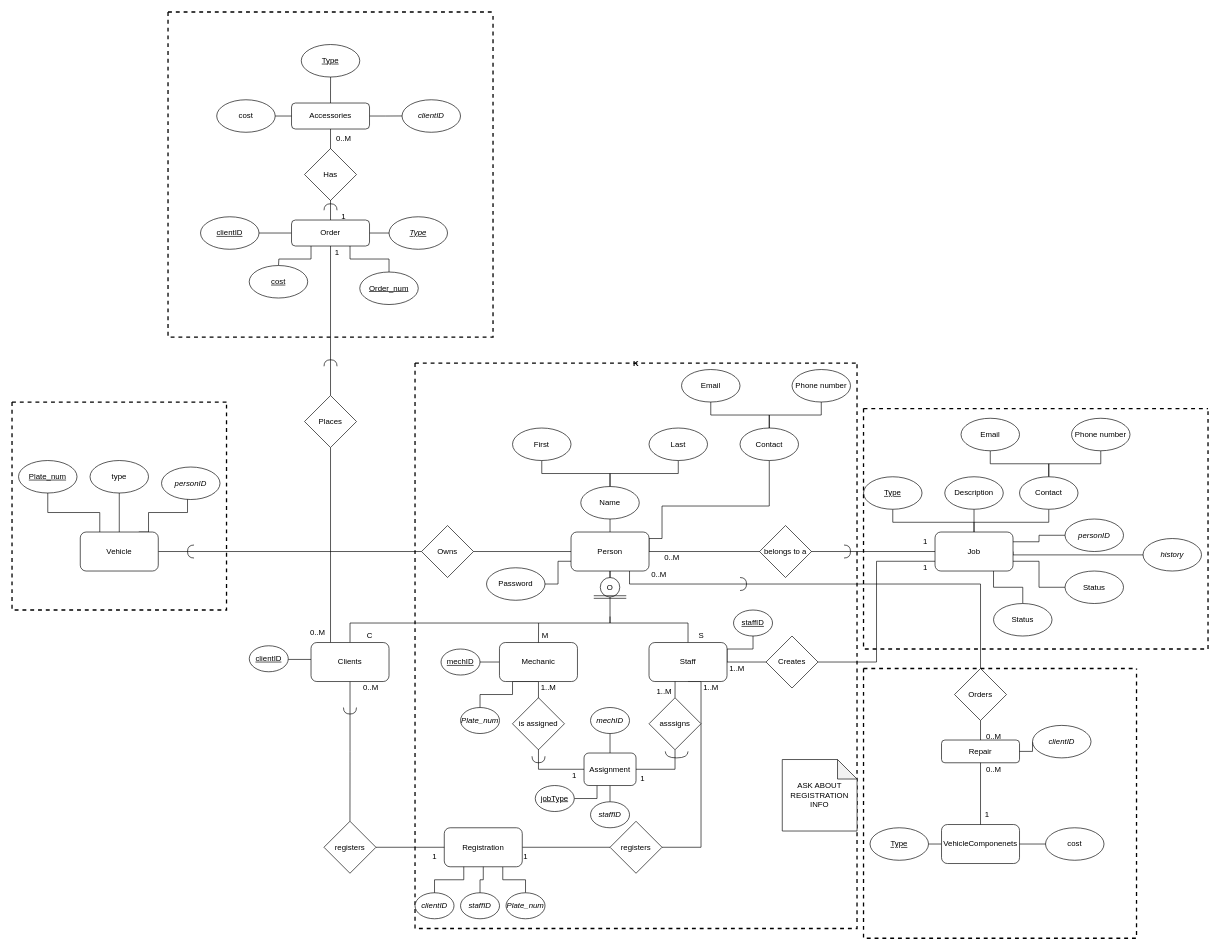
This is Distributed Systems/AutoServe Inc EERD.drawio from A-Hazzard/School, a draw.io file, before an edit. Source tidied: cells renumbered, new cells numbered last; positions are measured from the earlier drawing's top-left corner, leaving out a move shared by most shapes. Both pictures are drawn from the tidied source at 65%, with x=0, y=0 at pixel (12, 12).
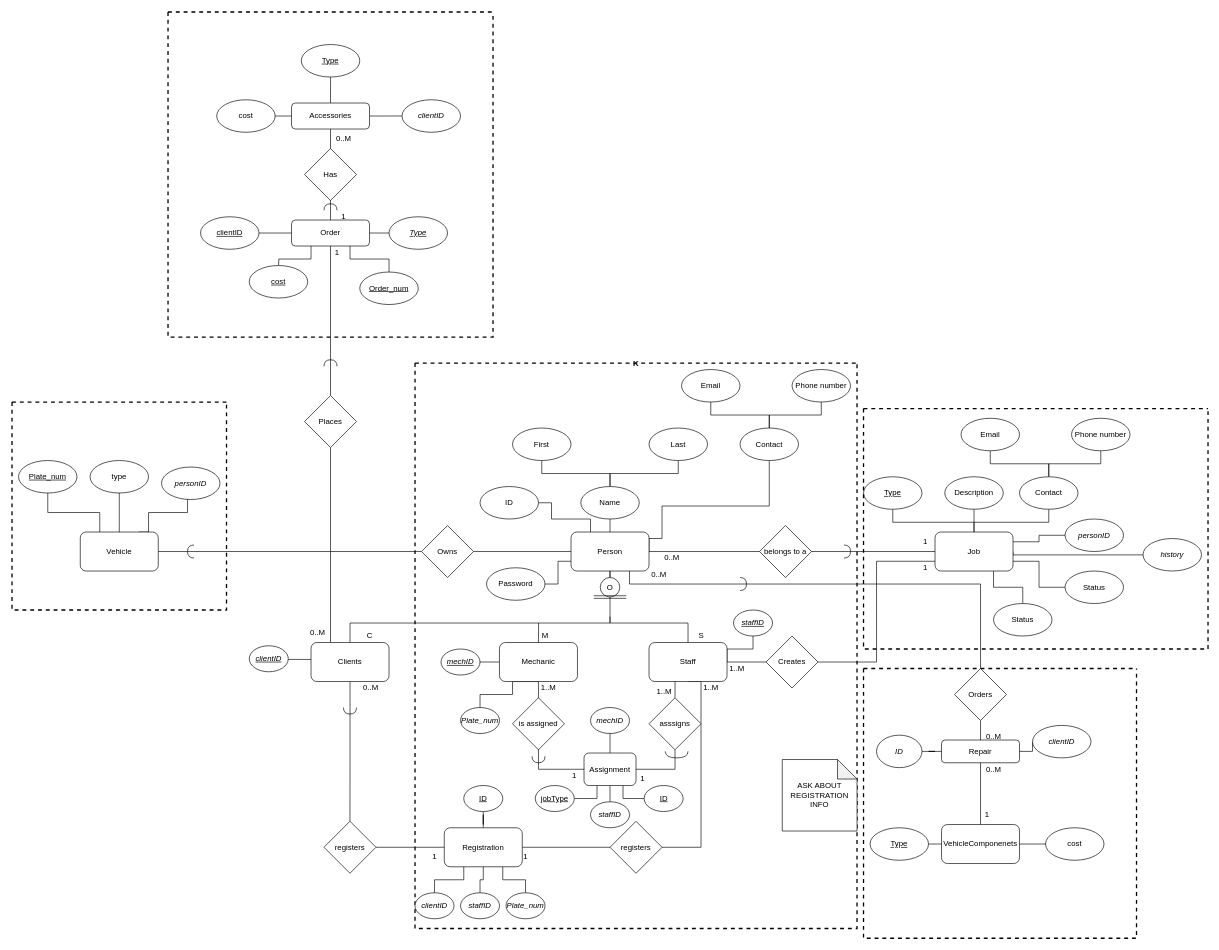
After the change.

Commit message (it also covers changes not shown here):
Updated Model and EERD

Unchanged cells that the change refers to:
```xml
<mxCell id="14" value="Person" style="rounded=1;whiteSpace=wrap;html=1;" parent="1" vertex="1">
  <mxGeometry x="860" y="800" width="120" height="60" as="geometry" />
</mxCell>
<mxCell id="60" value="K" style="swimlane;startSize=0;dashed=1;strokeWidth=2;" parent="1" vertex="1">
  <mxGeometry x="620" y="540" width="680" height="870" as="geometry" />
</mxCell>
<mxCell id="67" value="Registration" style="rounded=1;whiteSpace=wrap;html=1;" parent="60" vertex="1">
  <mxGeometry x="45" y="715" width="120" height="60" as="geometry" />
</mxCell>
<mxCell id="86" value="Assignment" style="rounded=1;whiteSpace=wrap;html=1;" parent="60" vertex="1">
  <mxGeometry x="260" y="600" width="80" height="50" as="geometry" />
</mxCell>
<mxCell id="103" style="swimlane;startSize=0;dashed=1;strokeWidth=2;" parent="1" vertex="1">
  <mxGeometry x="1310" y="1010" width="420" height="415" as="geometry" />
</mxCell>
<mxCell id="111" value="Repair" style="rounded=1;whiteSpace=wrap;html=1;" parent="103" vertex="1">
  <mxGeometry x="120" y="110" width="120" height="35" as="geometry" />
</mxCell>
```

What changed in the source:
```diff
@@
+    <mxCell id="163" style="edgeStyle=orthogonalEdgeStyle;rounded=0;jettySize=auto;html=1;exitX=0.25;exitY=0;exitDx=0;exitDy=0;entryX=1;entryY=0.5;entryDx=0;entryDy=0;endArrow=none;endFill=0;" parent="1" edge="1" source="14" target="166">
+      <mxGeometry relative="1" as="geometry">
+        <Array as="points">
+          <mxPoint x="890" y="780" />
+          <mxPoint x="830" y="780" />
+          <mxPoint x="830" y="755" />
+        </Array>
+      </mxGeometry>
+    </mxCell>
@@
-    <mxCell id="54" value="&lt;u&gt;staffID&lt;/u&gt;" style="ellipse;whiteSpace=wrap;html=1;" parent="1" vertex="1">
+    <mxCell id="54" value="&lt;u&gt;&lt;i&gt;staffID&lt;/i&gt;&lt;/u&gt;" style="ellipse;whiteSpace=wrap;html=1;" parent="1" vertex="1">
       <mxGeometry x="1110" y="920" width="60" height="40" as="geometry" />
     </mxCell>
@@
+    <mxCell id="164" style="edgeStyle=orthogonalEdgeStyle;rounded=0;jettySize=auto;html=1;endArrow=none;endFill=0;" parent="60" edge="1" source="67" target="168">
+      <mxGeometry relative="1" as="geometry" />
+    </mxCell>
@@
-    <mxCell id="79" value="&lt;u&gt;mechID&lt;/u&gt;" style="ellipse;whiteSpace=wrap;html=1;" parent="60" vertex="1">
+    <mxCell id="79" value="&lt;u&gt;&lt;i&gt;mechID&lt;/i&gt;&lt;/u&gt;" style="ellipse;whiteSpace=wrap;html=1;" parent="60" vertex="1">
       <mxGeometry x="40" y="440" width="60" height="40" as="geometry" />
     </mxCell>
@@
+    <mxCell id="165" style="edgeStyle=orthogonalEdgeStyle;rounded=0;jettySize=auto;html=1;exitX=0.75;exitY=1;exitDx=0;exitDy=0;entryX=0;entryY=0.5;entryDx=0;entryDy=0;endArrow=none;endFill=0;" parent="60" edge="1" source="86" target="167">
+      <mxGeometry relative="1" as="geometry">
+        <Array as="points">
+          <mxPoint x="320" y="670" />
+        </Array>
+      </mxGeometry>
+    </mxCell>
@@
+    <mxCell id="166" value="ID" style="ellipse;whiteSpace=wrap;html=1;" parent="60" vertex="1">
+      <mxGeometry x="100" y="190" width="90" height="50" as="geometry" />
+    </mxCell>
+    <mxCell id="167" value="&lt;u style=&quot;&quot;&gt;ID&lt;/u&gt;" style="ellipse;whiteSpace=wrap;html=1;" parent="60" vertex="1">
+      <mxGeometry x="352.5" y="650" width="60" height="40" as="geometry" />
+    </mxCell>
+    <mxCell id="168" value="&lt;u&gt;ID&lt;/u&gt;" style="ellipse;whiteSpace=wrap;html=1;" parent="60" vertex="1">
+      <mxGeometry x="75" y="650" width="60" height="40" as="geometry" />
+    </mxCell>
@@
+    <mxCell id="169" style="edgeStyle=orthogonalEdgeStyle;rounded=0;jettySize=auto;html=1;endArrow=none;endFill=0;" parent="103" edge="1" source="170" target="111">
+      <mxGeometry relative="1" as="geometry" />
+    </mxCell>
+    <mxCell id="170" value="&lt;i&gt;ID&lt;/i&gt;" style="ellipse;whiteSpace=wrap;html=1;" parent="103" vertex="1">
+      <mxGeometry x="20" y="102.5" width="70" height="50" as="geometry" />
+    </mxCell>
@@
-    <mxCell id="130" value="&lt;u&gt;clientID&lt;/u&gt;" style="ellipse;whiteSpace=wrap;html=1;" parent="1" vertex="1">
+    <mxCell id="130" value="&lt;u&gt;&lt;i&gt;clientID&lt;/i&gt;&lt;/u&gt;" style="ellipse;whiteSpace=wrap;html=1;" parent="1" vertex="1">
       <mxGeometry x="365" y="975" width="60" height="40" as="geometry" />
     </mxCell>
```
